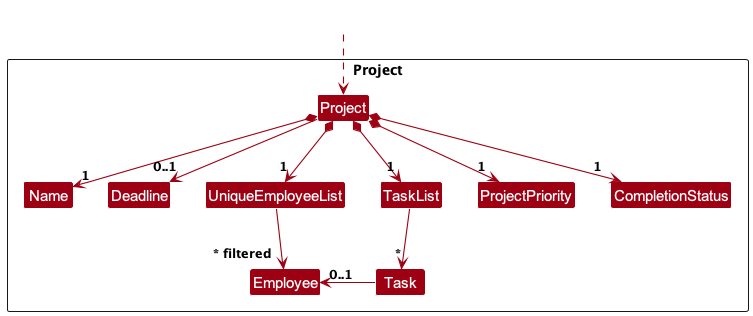
Above: docs/images/ProjectClassDiagram.png in rayyan35p/tp (PlantUML), before the change.
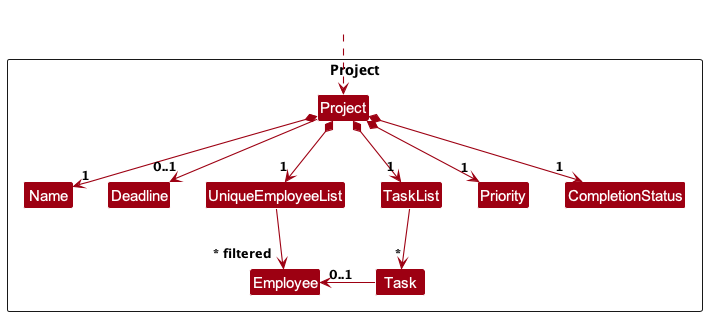
Above is the later version.

Commit message:
Fix ProjectPriority bug in DG

What changed in the source:
```diff
@@ -12,7 +12,7 @@
 Class Employee
 Class TaskList
 Class Task
-Class ProjectPriority
+Class Priority
 Class CompletionStatus
 
 Class I #FFFFFF
@@ -25,7 +25,7 @@
 Project -down-> "0..1" Deadline
 Project *-down-> "1" UniqueEmployeeList
 Project *-down-> "1" TaskList
-Project *-down-> "1" ProjectPriority
+Project *-down-> "1" Priority
 Project *-down-> "1" CompletionStatus
 
 Task -left-> "0..1" Employee
```
